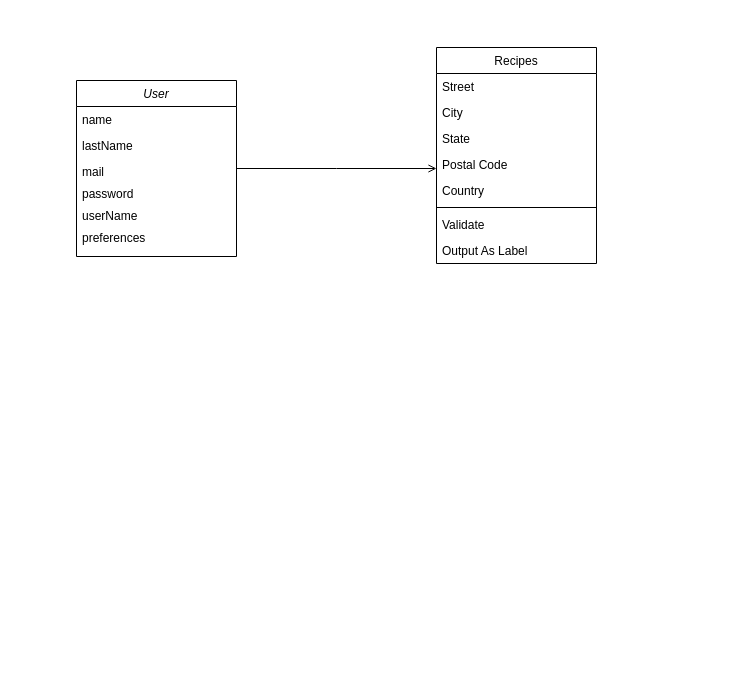
Earlier version of the draw.io diagram Cookify.drawio (inesbrm69/Cookify). Source tidied: cells renumbered, new cells numbered last; positions are measured from the earlier drawing's top-left corner, leaving out a move shared by most shapes. Both pictures are drawn from the tidied source at 100%, with x=0, y=0 at pixel (76, 47).
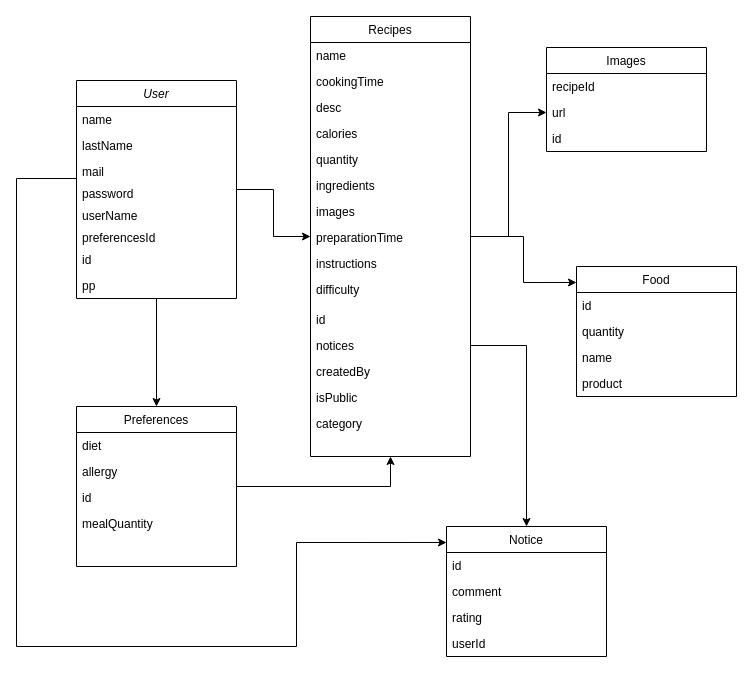
The same diagram, later.

Commit message (it also covers changes not shown here):
Mettre à jour Cookify.drawio

What changed in the source:
```diff
@@
+    <mxCell id="19" style="edgeStyle=orthogonalEdgeStyle;rounded=0;jettySize=auto;html=1;entryX=0.5;entryY=0;entryDx=0;entryDy=0;" parent="1" edge="1" source="2" target="33">
+      <mxGeometry relative="1" as="geometry" />
+    </mxCell>
+    <mxCell id="18" style="edgeStyle=orthogonalEdgeStyle;rounded=0;jettySize=auto;html=1;" parent="1" edge="1" source="2" target="9">
+      <mxGeometry relative="1" as="geometry" />
+    </mxCell>
     <mxCell id="2" value="User" style="swimlane;fontStyle=2;align=center;verticalAlign=top;horizontal=1;startSize=26;rounded=0;shadow=0;strokeWidth=1;" parent="1" vertex="1">
-      <mxGeometry y="33" width="160" height="176" as="geometry" />
+      <mxGeometry y="33" width="160" height="218" as="geometry" />
     </mxCell>
@@
-    <mxCell id="8" value="preferences" style="text;align=left;verticalAlign=top;spacingLeft=4;spacingRight=4;overflow=hidden;" parent="2" vertex="1">
+    <mxCell id="8" value="preferencesId" style="text;align=left;verticalAlign=top;spacingLeft=4;spacingRight=4;overflow=hidden;" parent="2" vertex="1">
       <mxGeometry y="144" width="160" height="22" as="geometry" />
     </mxCell>
+    <mxCell id="20" value="id" style="text;align=left;verticalAlign=top;spacingLeft=4;spacingRight=4;overflow=hidden;rounded=0;shadow=0;html=0;" parent="2" vertex="1">
+      <mxGeometry y="166" width="160" height="26" as="geometry" />
+    </mxCell>
+    <mxCell id="21" value="pp" style="text;align=left;verticalAlign=top;spacingLeft=4;spacingRight=4;overflow=hidden;rounded=0;shadow=0;html=0;" parent="2" vertex="1">
+      <mxGeometry y="192" width="160" height="26" as="geometry" />
+    </mxCell>
     <mxCell id="9" value="Recipes" style="swimlane;fontStyle=0;align=center;verticalAlign=top;horizontal=1;startSize=26;rounded=0;shadow=0;strokeWidth=1;" parent="1" vertex="1">
-      <mxGeometry x="360" width="160" height="216" as="geometry" />
+      <mxGeometry x="234" y="-31" width="160" height="440" as="geometry" />
     </mxCell>
-    <mxCell id="10" value="Street" style="text;align=left;verticalAlign=top;spacingLeft=4;spacingRight=4;overflow=hidden;" parent="9" vertex="1">
+    <mxCell id="10" value="name" style="text;align=left;verticalAlign=top;spacingLeft=4;spacingRight=4;overflow=hidden;" parent="9" vertex="1">
       <mxGeometry y="26" width="160" height="26" as="geometry" />
     </mxCell>
-    <mxCell id="11" value="City" style="text;align=left;verticalAlign=top;spacingLeft=4;spacingRight=4;overflow=hidden;rounded=0;shadow=0;html=0;" parent="9" vertex="1">
+    <mxCell id="11" value="cookingTime" style="text;align=left;verticalAlign=top;spacingLeft=4;spacingRight=4;overflow=hidden;rounded=0;shadow=0;html=0;" parent="9" vertex="1">
       <mxGeometry y="52" width="160" height="26" as="geometry" />
     </mxCell>
-    <mxCell id="12" value="State" style="text;align=left;verticalAlign=top;spacingLeft=4;spacingRight=4;overflow=hidden;rounded=0;shadow=0;html=0;" parent="9" vertex="1">
+    <mxCell id="12" value="desc" style="text;align=left;verticalAlign=top;spacingLeft=4;spacingRight=4;overflow=hidden;rounded=0;shadow=0;html=0;" parent="9" vertex="1">
       <mxGeometry y="78" width="160" height="26" as="geometry" />
     </mxCell>
-    <mxCell id="13" value="Postal Code" style="text;align=left;verticalAlign=top;spacingLeft=4;spacingRight=4;overflow=hidden;rounded=0;shadow=0;html=0;" parent="9" vertex="1">
+    <mxCell id="13" value="calories" style="text;align=left;verticalAlign=top;spacingLeft=4;spacingRight=4;overflow=hidden;rounded=0;shadow=0;html=0;" parent="9" vertex="1">
       <mxGeometry y="104" width="160" height="26" as="geometry" />
     </mxCell>
-    <mxCell id="14" value="Country" style="text;align=left;verticalAlign=top;spacingLeft=4;spacingRight=4;overflow=hidden;rounded=0;shadow=0;html=0;" parent="9" vertex="1">
+    <mxCell id="14" value="quantity" style="text;align=left;verticalAlign=top;spacingLeft=4;spacingRight=4;overflow=hidden;rounded=0;shadow=0;html=0;" parent="9" vertex="1">
       <mxGeometry y="130" width="160" height="26" as="geometry" />
     </mxCell>
-    <mxCell id="15" style="line;html=1;strokeWidth=1;align=left;verticalAlign=middle;spacingTop=-1;spacingLeft=3;spacingRight=3;labelPosition=right;" parent="9" vertex="1">
-      <mxGeometry y="156" width="160" height="8" as="geometry" />
-    </mxCell>
-    <mxCell id="16" value="Validate" style="text;align=left;verticalAlign=top;spacingLeft=4;spacingRight=4;overflow=hidden;" parent="9" vertex="1">
-      <mxGeometry y="164" width="160" height="26" as="geometry" />
-    </mxCell>
-    <mxCell id="17" value="Output As Label" style="text;align=left;verticalAlign=top;spacingLeft=4;spacingRight=4;overflow=hidden;" parent="9" vertex="1">
-      <mxGeometry y="190" width="160" height="26" as="geometry" />
-    </mxCell>
-    <mxCell id="18" style="endArrow=open;shadow=0;strokeWidth=1;rounded=0;curved=0;endFill=1;edgeStyle=elbowEdgeStyle;elbow=vertical;" parent="1" edge="1" source="2" target="9">
-      <mxGeometry x="0.5" y="41" relative="1" as="geometry">
-        <mxPoint x="-40" y="32" as="offset" />
-      </mxGeometry>
-    </mxCell>
+    <mxCell id="22" value="ingredients" style="text;align=left;verticalAlign=top;spacingLeft=4;spacingRight=4;overflow=hidden;rounded=0;shadow=0;html=0;" parent="9" vertex="1">
+      <mxGeometry y="156" width="160" height="26" as="geometry" />
+    </mxCell>
+    <mxCell id="23" value="images" style="text;align=left;verticalAlign=top;spacingLeft=4;spacingRight=4;overflow=hidden;rounded=0;shadow=0;html=0;" parent="9" vertex="1">
+      <mxGeometry y="182" width="160" height="26" as="geometry" />
+    </mxCell>
+    <mxCell id="24" value="preparationTime" style="text;align=left;verticalAlign=top;spacingLeft=4;spacingRight=4;overflow=hidden;rounded=0;shadow=0;html=0;" parent="9" vertex="1">
+      <mxGeometry y="208" width="160" height="26" as="geometry" />
+    </mxCell>
+    <mxCell id="25" value="instructions" style="text;align=left;verticalAlign=top;spacingLeft=4;spacingRight=4;overflow=hidden;rounded=0;shadow=0;html=0;" parent="9" vertex="1">
+      <mxGeometry y="234" width="160" height="26" as="geometry" />
+    </mxCell>
+    <mxCell id="26" value="difficulty" style="text;align=left;verticalAlign=top;spacingLeft=4;spacingRight=4;overflow=hidden;rounded=0;shadow=0;html=0;" parent="9" vertex="1">
+      <mxGeometry y="260" width="160" height="30" as="geometry" />
+    </mxCell>
+    <mxCell id="27" value="id" style="text;align=left;verticalAlign=top;spacingLeft=4;spacingRight=4;overflow=hidden;rounded=0;shadow=0;html=0;" parent="9" vertex="1">
+      <mxGeometry y="290" width="160" height="26" as="geometry" />
+    </mxCell>
+    <mxCell id="28" value="notices" style="text;align=left;verticalAlign=top;spacingLeft=4;spacingRight=4;overflow=hidden;points=[[0,0.5],[1,0.5]];portConstraint=eastwest;rounded=0;shadow=0;html=0;" parent="9" vertex="1">
+      <mxGeometry y="316" width="160" height="26" as="geometry" />
+    </mxCell>
+    <mxCell id="29" value="createdBy" style="text;align=left;verticalAlign=top;spacingLeft=4;spacingRight=4;overflow=hidden;rounded=0;shadow=0;html=0;" parent="9" vertex="1">
+      <mxGeometry y="342" width="160" height="26" as="geometry" />
+    </mxCell>
+    <mxCell id="30" value="isPublic" style="text;align=left;verticalAlign=top;spacingLeft=4;spacingRight=4;overflow=hidden;rounded=0;shadow=0;html=0;" parent="9" vertex="1">
+      <mxGeometry y="368" width="160" height="26" as="geometry" />
+    </mxCell>
+    <mxCell id="31" value="category" style="text;align=left;verticalAlign=top;spacingLeft=4;spacingRight=4;overflow=hidden;rounded=0;shadow=0;html=0;" parent="9" vertex="1">
+      <mxGeometry y="394" width="160" height="26" as="geometry" />
+    </mxCell>
+    <mxCell id="32" style="edgeStyle=orthogonalEdgeStyle;rounded=0;jettySize=auto;html=1;entryX=0.5;entryY=1;entryDx=0;entryDy=0;" parent="1" edge="1" source="33" target="9">
+      <mxGeometry relative="1" as="geometry" />
+    </mxCell>
+    <mxCell id="33" value="Preferences" style="swimlane;fontStyle=0;align=center;verticalAlign=top;horizontal=1;startSize=26;rounded=0;shadow=0;strokeWidth=1;" parent="1" vertex="1">
+      <mxGeometry y="359" width="160" height="160" as="geometry" />
+    </mxCell>
+    <mxCell id="34" value="diet" style="text;align=left;verticalAlign=top;spacingLeft=4;spacingRight=4;overflow=hidden;" parent="33" vertex="1">
+      <mxGeometry y="26" width="160" height="26" as="geometry" />
+    </mxCell>
+    <mxCell id="35" value="allergy" style="text;align=left;verticalAlign=top;spacingLeft=4;spacingRight=4;overflow=hidden;rounded=0;shadow=0;html=0;" parent="33" vertex="1">
+      <mxGeometry y="52" width="160" height="26" as="geometry" />
+    </mxCell>
+    <mxCell id="36" value="id" style="text;align=left;verticalAlign=top;spacingLeft=4;spacingRight=4;overflow=hidden;rounded=0;shadow=0;html=0;" parent="33" vertex="1">
+      <mxGeometry y="78" width="160" height="26" as="geometry" />
+    </mxCell>
+    <mxCell id="37" value="mealQuantity" style="text;align=left;verticalAlign=top;spacingLeft=4;spacingRight=4;overflow=hidden;rounded=0;shadow=0;html=0;" parent="33" vertex="1">
+      <mxGeometry y="104" width="160" height="26" as="geometry" />
+    </mxCell>
+    <mxCell id="38" value="Images" style="swimlane;fontStyle=0;align=center;verticalAlign=top;horizontal=1;startSize=26;rounded=0;shadow=0;strokeWidth=1;" parent="1" vertex="1">
+      <mxGeometry x="470" width="160" height="104" as="geometry" />
+    </mxCell>
+    <mxCell id="39" value="recipeId" style="text;align=left;verticalAlign=top;spacingLeft=4;spacingRight=4;overflow=hidden;" parent="38" vertex="1">
+      <mxGeometry y="26" width="160" height="26" as="geometry" />
+    </mxCell>
+    <mxCell id="40" value="url" style="text;align=left;verticalAlign=top;spacingLeft=4;spacingRight=4;overflow=hidden;points=[[0,0.5],[1,0.5]];portConstraint=eastwest;rounded=0;shadow=0;html=0;" parent="38" vertex="1">
+      <mxGeometry y="52" width="160" height="26" as="geometry" />
+    </mxCell>
+    <mxCell id="41" value="id" style="text;align=left;verticalAlign=top;spacingLeft=4;spacingRight=4;overflow=hidden;rounded=0;shadow=0;html=0;" parent="38" vertex="1">
+      <mxGeometry y="78" width="160" height="26" as="geometry" />
+    </mxCell>
+    <mxCell id="42" style="edgeStyle=orthogonalEdgeStyle;rounded=0;jettySize=auto;html=1;entryX=0;entryY=0.5;entryDx=0;entryDy=0;" parent="1" edge="1" source="9" target="40">
+      <mxGeometry relative="1" as="geometry" />
+    </mxCell>
+    <mxCell id="43" value="Food" style="swimlane;fontStyle=0;align=center;verticalAlign=top;horizontal=1;startSize=26;rounded=0;shadow=0;strokeWidth=1;" parent="1" vertex="1">
+      <mxGeometry x="500" y="219" width="160" height="130" as="geometry" />
+    </mxCell>
+    <mxCell id="44" value="id" style="text;align=left;verticalAlign=top;spacingLeft=4;spacingRight=4;overflow=hidden;" parent="43" vertex="1">
+      <mxGeometry y="26" width="160" height="26" as="geometry" />
+    </mxCell>
+    <mxCell id="45" value="quantity" style="text;align=left;verticalAlign=top;spacingLeft=4;spacingRight=4;overflow=hidden;rounded=0;shadow=0;html=0;" parent="43" vertex="1">
+      <mxGeometry y="52" width="160" height="26" as="geometry" />
+    </mxCell>
+    <mxCell id="46" value="name" style="text;align=left;verticalAlign=top;spacingLeft=4;spacingRight=4;overflow=hidden;rounded=0;shadow=0;html=0;" parent="43" vertex="1">
+      <mxGeometry y="78" width="160" height="26" as="geometry" />
+    </mxCell>
+    <mxCell id="47" value="product" style="text;align=left;verticalAlign=top;spacingLeft=4;spacingRight=4;overflow=hidden;rounded=0;shadow=0;html=0;" parent="43" vertex="1">
+      <mxGeometry y="104" width="160" height="26" as="geometry" />
+    </mxCell>
+    <mxCell id="48" style="edgeStyle=orthogonalEdgeStyle;rounded=0;jettySize=auto;html=1;entryX=0;entryY=0.123;entryDx=0;entryDy=0;entryPerimeter=0;" parent="1" edge="1" source="9" target="43">
+      <mxGeometry relative="1" as="geometry">
+        <Array as="points">
+          <mxPoint x="447" y="189" />
+          <mxPoint x="447" y="235" />
+        </Array>
+      </mxGeometry>
+    </mxCell>
+    <mxCell id="49" value="Notice" style="swimlane;fontStyle=0;align=center;verticalAlign=top;horizontal=1;startSize=26;rounded=0;shadow=0;strokeWidth=1;" parent="1" vertex="1">
+      <mxGeometry x="370" y="479" width="160" height="130" as="geometry" />
+    </mxCell>
+    <mxCell id="50" value="id" style="text;align=left;verticalAlign=top;spacingLeft=4;spacingRight=4;overflow=hidden;" parent="49" vertex="1">
+      <mxGeometry y="26" width="160" height="26" as="geometry" />
+    </mxCell>
+    <mxCell id="51" value="comment" style="text;align=left;verticalAlign=top;spacingLeft=4;spacingRight=4;overflow=hidden;rounded=0;shadow=0;html=0;" parent="49" vertex="1">
+      <mxGeometry y="52" width="160" height="26" as="geometry" />
+    </mxCell>
+    <mxCell id="52" value="rating" style="text;align=left;verticalAlign=top;spacingLeft=4;spacingRight=4;overflow=hidden;rounded=0;shadow=0;html=0;" parent="49" vertex="1">
+      <mxGeometry y="78" width="160" height="26" as="geometry" />
+    </mxCell>
+    <mxCell id="53" value="userId" style="text;align=left;verticalAlign=top;spacingLeft=4;spacingRight=4;overflow=hidden;rounded=0;shadow=0;html=0;" parent="49" vertex="1">
+      <mxGeometry y="104" width="160" height="26" as="geometry" />
+    </mxCell>
+    <mxCell id="54" style="edgeStyle=orthogonalEdgeStyle;rounded=0;jettySize=auto;html=1;entryX=0.5;entryY=0;entryDx=0;entryDy=0;" parent="1" edge="1" source="28" target="49">
+      <mxGeometry relative="1" as="geometry" />
+    </mxCell>
+    <mxCell id="55" style="edgeStyle=orthogonalEdgeStyle;rounded=0;jettySize=auto;html=1;entryX=0;entryY=0.123;entryDx=0;entryDy=0;entryPerimeter=0;" parent="1" edge="1" source="2" target="49">
+      <mxGeometry relative="1" as="geometry">
+        <Array as="points">
+          <mxPoint x="-60" y="131" />
+          <mxPoint x="-60" y="599" />
+          <mxPoint x="220" y="599" />
+          <mxPoint x="220" y="495" />
+        </Array>
+      </mxGeometry>
+    </mxCell>
```
